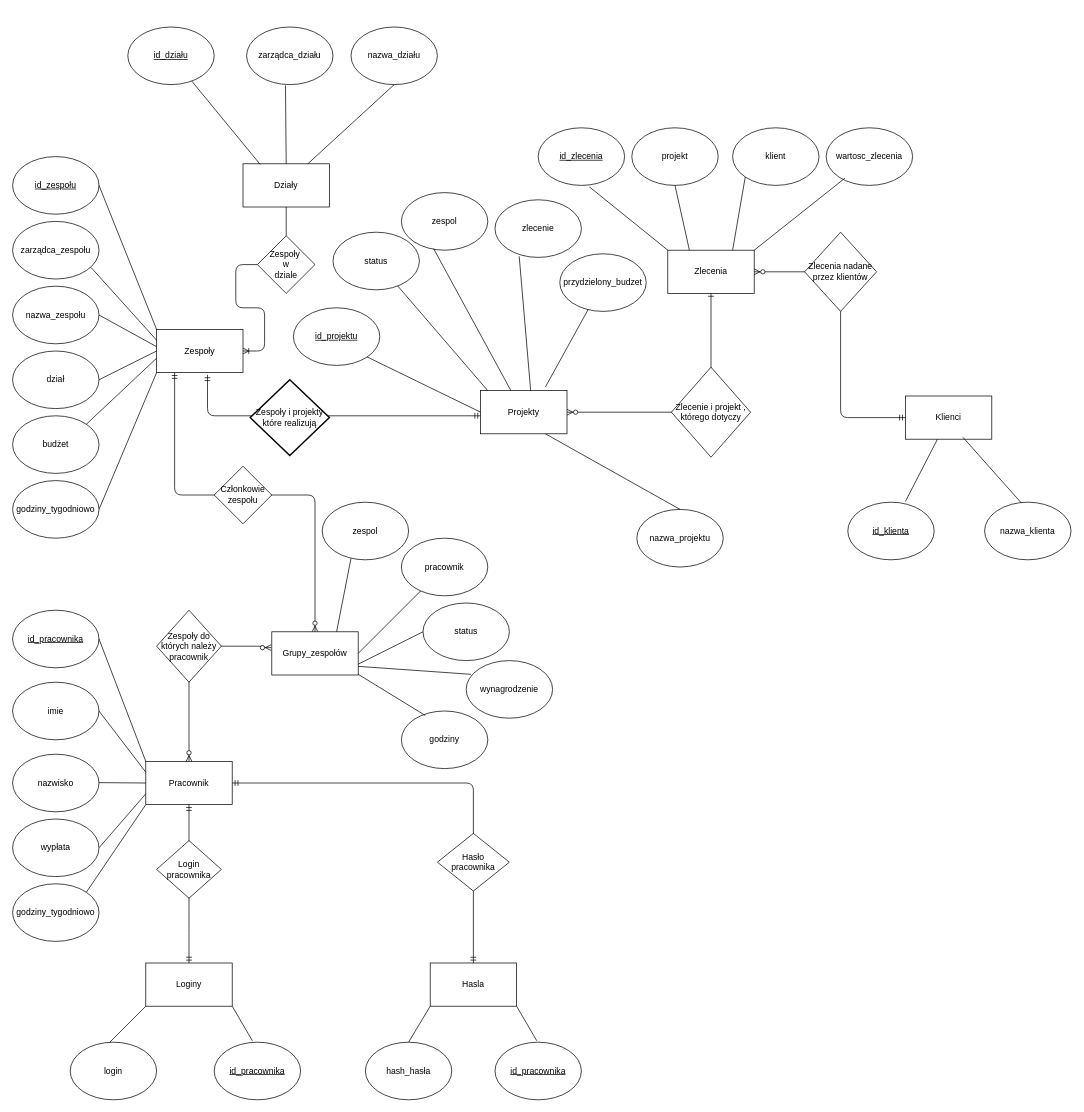
Earlier version of the draw.io diagram ER_diagram.drawio (Cebulllaaa/Bazy). Source tidied: cells renumbered, new cells numbered last; positions are measured from the earlier drawing's top-left corner, leaving out a move shared by most shapes. Both pictures are drawn from the tidied source at 72%, with x=0, y=0 at pixel (12, 27).
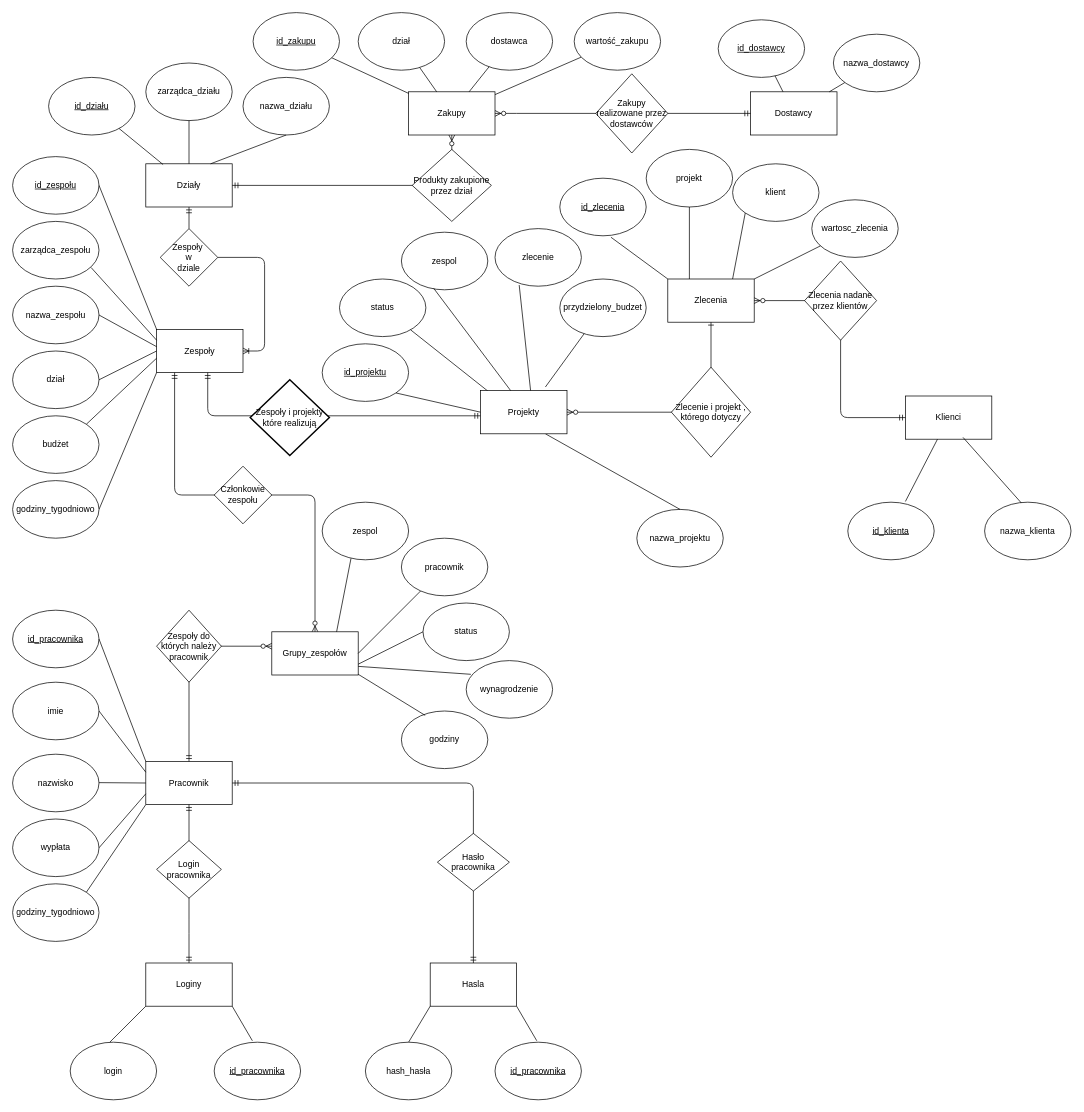
After the change.

Commit message (it also covers changes not shown here):
Dodałem dostawców, funkcje i krotości do diagramów.

Dodałem tabele dostawców do działów, funkcje to tabel i krotności do
asocjacji w phisical_data_model

The change refers to these unchanged cells:
```xml
<mxCell id="9" value="Zespoły" style="rounded=0;whiteSpace=wrap;html=1;" parent="1" vertex="1">
  <mxGeometry x="200" y="420" width="120" height="60" as="geometry" />
</mxCell>
<mxCell id="46" value="Klienci" style="rounded=0;whiteSpace=wrap;html=1;" parent="1" vertex="1">
  <mxGeometry x="1240" y="512.5" width="120" height="60" as="geometry" />
</mxCell>
<mxCell id="53" value="Projekty" style="rounded=0;whiteSpace=wrap;html=1;" parent="1" vertex="1">
  <mxGeometry x="650" y="505" width="120" height="60" as="geometry" />
</mxCell>
<mxCell id="56" value="Grupy_zespołów" style="rounded=0;whiteSpace=wrap;html=1;" parent="1" vertex="1">
  <mxGeometry x="360" y="840" width="120" height="60" as="geometry" />
</mxCell>
<mxCell id="63" value="Pracownik" style="rounded=0;whiteSpace=wrap;html=1;" parent="1" vertex="1">
  <mxGeometry x="185" y="1020" width="120" height="60" as="geometry" />
</mxCell>
```

What changed in the source:
```diff
@@
     <mxCell id="2" value="Działy" style="rounded=0;whiteSpace=wrap;html=1;" parent="1" vertex="1">
-      <mxGeometry x="320" y="190" width="120" height="60" as="geometry" />
+      <mxGeometry x="185" y="190" width="120" height="60" as="geometry" />
     </mxCell>
     <mxCell id="3" value="&lt;u&gt;id_działu&lt;/u&gt;" style="ellipse;whiteSpace=wrap;html=1;" parent="1" vertex="1">
-      <mxGeometry x="160" width="120" height="80" as="geometry" />
+      <mxGeometry x="50" y="70" width="120" height="80" as="geometry" />
     </mxCell>
@@
     <mxCell id="5" value="zarządca_działu" style="ellipse;whiteSpace=wrap;html=1;" parent="1" vertex="1">
-      <mxGeometry x="325" width="120" height="80" as="geometry" />
+      <mxGeometry x="185" y="50" width="120" height="80" as="geometry" />
     </mxCell>
     <mxCell id="6" value="nazwa_działu" style="ellipse;whiteSpace=wrap;html=1;" parent="1" vertex="1">
-      <mxGeometry x="470" width="120" height="80" as="geometry" />
+      <mxGeometry x="320" y="70" width="120" height="80" as="geometry" />
     </mxCell>
-    <mxCell id="7" style="endArrow=none;html=1;exitX=0.5;exitY=0;exitDx=0;exitDy=0;entryX=0.45;entryY=1.013;entryDx=0;entryDy=0;entryPerimeter=0;" parent="1" edge="1" source="2" target="5">
+    <mxCell id="7" style="endArrow=none;html=1;exitX=0.5;exitY=0;exitDx=0;exitDy=0;" parent="1" edge="1" source="2" target="5">
       <mxGeometry relative="1" as="geometry" />
     </mxCell>
@@
     <mxCell id="10" value="Zespoły&amp;nbsp;&lt;br&gt;w&lt;br&gt;dziale" style="rhombus;whiteSpace=wrap;html=1;" parent="1" vertex="1">
-      <mxGeometry x="340" y="290" width="80" height="80" as="geometry" />
+      <mxGeometry x="205" y="280" width="80" height="80" as="geometry" />
     </mxCell>
-    <mxCell id="11" style="endArrow=none;html=1;exitX=0.5;exitY=0;exitDx=0;exitDy=0;" parent="1" edge="1" source="10">
-      <mxGeometry relative="1" as="geometry">
-        <mxPoint x="380" y="250" as="targetPoint" />
-      </mxGeometry>
+    <mxCell id="11" style="endArrow=ERmandOne;html=1;exitX=0.5;exitY=0;exitDx=0;exitDy=0;endFill=0;" parent="1" edge="1" source="10" target="2">
+      <mxGeometry relative="1" as="geometry" />
     </mxCell>
-    <mxCell id="12" style="edgeStyle=entityRelationEdgeStyle;fontSize=12;html=1;endArrow=ERoneToMany;entryX=1;entryY=0.5;entryDx=0;entryDy=0;" parent="1" edge="1" source="10" target="9">
+    <mxCell id="12" style="edgeStyle=entityRelationEdgeStyle;fontSize=12;html=1;endArrow=ERoneToMany;" parent="1" edge="1" source="10" target="9">
       <mxGeometry relative="1" as="geometry" />
     </mxCell>
@@
     <mxCell id="23" value="&lt;u&gt;id_projektu&lt;/u&gt;" style="ellipse;whiteSpace=wrap;html=1;" parent="1" vertex="1">
-      <mxGeometry x="390" y="390" width="120" height="80" as="geometry" />
+      <mxGeometry x="430" y="440" width="120" height="80" as="geometry" />
     </mxCell>
@@
     <mxCell id="27" value="zlecenie" style="ellipse;whiteSpace=wrap;html=1;" parent="1" vertex="1">
-      <mxGeometry x="670" y="240" width="120" height="80" as="geometry" />
+      <mxGeometry x="670" y="280" width="120" height="80" as="geometry" />
     </mxCell>
-    <mxCell id="28" style="edgeStyle=orthogonalEdgeStyle;fontSize=12;html=1;endArrow=ERmandOne;startArrow=ERmandOne;entryX=0.589;entryY=1.052;entryDx=0;entryDy=0;entryPerimeter=0;endFill=0;" parent="1" edge="1" source="53" target="9">
+    <mxCell id="28" style="edgeStyle=orthogonalEdgeStyle;fontSize=12;html=1;endArrow=ERmandOne;startArrow=ERmandOne;endFill=0;" parent="1" edge="1" source="53" target="9">
       <mxGeometry relative="1" as="geometry">
         <Array as="points">
           <mxPoint x="271" y="540" />
         </Array>
       </mxGeometry>
     </mxCell>
@@
     <mxCell id="30" value="zespol" style="ellipse;whiteSpace=wrap;html=1;" parent="1" vertex="1">
-      <mxGeometry x="540" y="230" width="120" height="80" as="geometry" />
+      <mxGeometry x="540" y="285" width="120" height="80" as="geometry" />
     </mxCell>
@@
     <mxCell id="33" value="Zlecenia" style="rounded=0;whiteSpace=wrap;html=1;" parent="1" vertex="1">
-      <mxGeometry x="910" y="310" width="120" height="60" as="geometry" />
+      <mxGeometry x="910" y="350" width="120" height="60" as="geometry" />
     </mxCell>
     <mxCell id="34" value="status" style="ellipse;whiteSpace=wrap;html=1;" parent="1" vertex="1">
-      <mxGeometry x="445" y="285" width="120" height="80" as="geometry" />
+      <mxGeometry x="454" y="350" width="120" height="80" as="geometry" />
     </mxCell>
@@
-    <mxCell id="36" style="edgeStyle=orthogonalEdgeStyle;fontSize=12;html=1;endArrow=ERone;endFill=1;exitX=1;exitY=0.5;exitDx=0;exitDy=0;startArrow=ERzeroToMany;startFill=1;" parent="1" edge="1" source="53">
+    <mxCell id="36" style="edgeStyle=orthogonalEdgeStyle;fontSize=12;html=1;endArrow=ERone;endFill=1;exitX=1;exitY=0.5;exitDx=0;exitDy=0;startArrow=ERzeroToMany;startFill=1;" parent="1" edge="1" source="53" target="33">
       <mxGeometry relative="1" as="geometry">
-        <mxPoint x="970" y="370" as="targetPoint" />
         <Array as="points">
           <mxPoint x="970" y="535" />
         </Array>
       </mxGeometry>
     </mxCell>
@@
     <mxCell id="38" value="&lt;u&gt;id_zlecenia&lt;/u&gt;" style="ellipse;whiteSpace=wrap;html=1;" parent="1" vertex="1">
-      <mxGeometry x="730" y="140" width="120" height="80" as="geometry" />
+      <mxGeometry x="760" y="210" width="120" height="80" as="geometry" />
     </mxCell>
@@
     <mxCell id="40" value="projekt" style="ellipse;whiteSpace=wrap;html=1;" parent="1" vertex="1">
-      <mxGeometry x="860" y="140" width="120" height="80" as="geometry" />
+      <mxGeometry x="880" y="170" width="120" height="80" as="geometry" />
     </mxCell>
     <mxCell id="41" value="klient" style="ellipse;whiteSpace=wrap;html=1;" parent="1" vertex="1">
-      <mxGeometry x="1000" y="140" width="120" height="80" as="geometry" />
+      <mxGeometry x="1000" y="190" width="120" height="80" as="geometry" />
     </mxCell>
     <mxCell id="42" value="wartosc_zlecenia" style="ellipse;whiteSpace=wrap;html=1;" parent="1" vertex="1">
-      <mxGeometry x="1130" y="140" width="120" height="80" as="geometry" />
+      <mxGeometry x="1110" y="240" width="120" height="80" as="geometry" />
     </mxCell>
@@
-    <mxCell id="45" style="endArrow=none;html=1;exitX=1;exitY=0;exitDx=0;exitDy=0;" parent="1" edge="1" source="33">
-      <mxGeometry relative="1" as="geometry">
-        <mxPoint x="1156" y="210" as="targetPoint" />
-      </mxGeometry>
+    <mxCell id="45" style="endArrow=none;html=1;exitX=1;exitY=0;exitDx=0;exitDy=0;" parent="1" edge="1" source="33" target="42">
+      <mxGeometry relative="1" as="geometry" />
     </mxCell>
@@
     <mxCell id="47" style="edgeStyle=orthogonalEdgeStyle;fontSize=12;html=1;endArrow=ERzeroToMany;startArrow=ERmandOne;exitX=0;exitY=0.5;exitDx=0;exitDy=0;entryX=1;entryY=0.5;entryDx=0;entryDy=0;" parent="1" edge="1" source="46" target="33">
       <mxGeometry relative="1" as="geometry">
         <Array as="points">
           <mxPoint x="1150" y="543" />
-          <mxPoint x="1150" y="340" />
+          <mxPoint x="1150" y="380" />
         </Array>
       </mxGeometry>
     </mxCell>
     <mxCell id="48" value="Zlecenia nadane przez klientów" style="rhombus;whiteSpace=wrap;html=1;rounded=0;" parent="1" vertex="1">
-      <mxGeometry x="1100" y="285" width="100" height="110" as="geometry" />
+      <mxGeometry x="1100" y="325" width="100" height="110" as="geometry" />
     </mxCell>
@@
-    <mxCell id="64" style="edgeStyle=orthogonalEdgeStyle;fontSize=12;html=1;endArrow=ERzeroToMany;endFill=1;startArrow=ERzeroToMany;exitX=0.5;exitY=0;exitDx=0;exitDy=0;entryX=-0.008;entryY=0.367;entryDx=0;entryDy=0;entryPerimeter=0;" parent="1" edge="1" source="63" target="56">
+    <mxCell id="64" style="edgeStyle=orthogonalEdgeStyle;fontSize=12;html=1;endArrow=ERzeroToMany;endFill=1;startArrow=ERmandOne;exitX=0.5;exitY=0;exitDx=0;exitDy=0;startFill=0;" parent="1" edge="1" source="63" target="56">
       <mxGeometry relative="1" as="geometry">
         <Array as="points">
           <mxPoint x="245" y="860" />
-          <mxPoint x="350" y="860" />
-          <mxPoint x="350" y="862" />
         </Array>
       </mxGeometry>
     </mxCell>
@@
     <mxCell id="96" value="przydzielony_budzet" style="ellipse;whiteSpace=wrap;html=1;" parent="1" vertex="1">
-      <mxGeometry x="760" y="315" width="120" height="80" as="geometry" />
+      <mxGeometry x="760" y="350" width="120" height="80" as="geometry" />
     </mxCell>
@@
+    <mxCell id="98" value="Zakupy" style="rounded=0;whiteSpace=wrap;html=1;" parent="1" vertex="1">
+      <mxGeometry x="550" y="90" width="120" height="60" as="geometry" />
+    </mxCell>
+    <mxCell id="99" style="edgeStyle=orthogonalEdgeStyle;fontSize=12;html=1;endArrow=ERzeroToMany;endFill=1;startArrow=ERmandOne;startFill=0;" parent="1" edge="1" source="2" target="98">
+      <mxGeometry relative="1" as="geometry">
+        <Array as="points">
+          <mxPoint x="610" y="220" />
+        </Array>
+      </mxGeometry>
+    </mxCell>
+    <mxCell id="100" value="&lt;div&gt;Produkty zakupione&lt;/div&gt;&lt;div&gt;przez dział&lt;br&gt;&lt;/div&gt;" style="rhombus;whiteSpace=wrap;html=1;rounded=0;" parent="1" vertex="1">
+      <mxGeometry x="555" y="170" width="110" height="100" as="geometry" />
+    </mxCell>
+    <mxCell id="101" value="Dostawcy" style="rounded=0;whiteSpace=wrap;html=1;" parent="1" vertex="1">
+      <mxGeometry x="1025" y="90" width="120" height="60" as="geometry" />
+    </mxCell>
+    <mxCell id="102" value="&lt;u&gt;id_dostawcy&lt;/u&gt;" style="ellipse;whiteSpace=wrap;html=1;" parent="1" vertex="1">
+      <mxGeometry x="980" y="-10" width="120" height="80" as="geometry" />
+    </mxCell>
+    <mxCell id="103" value="nazwa_dostawcy" style="ellipse;whiteSpace=wrap;html=1;" parent="1" vertex="1">
+      <mxGeometry x="1140" y="10" width="120" height="80" as="geometry" />
+    </mxCell>
+    <mxCell id="104" style="endArrow=none;html=1;" parent="1" edge="1" source="102" target="101">
+      <mxGeometry relative="1" as="geometry" />
+    </mxCell>
+    <mxCell id="105" style="endArrow=none;html=1;" parent="1" edge="1" source="103" target="101">
+      <mxGeometry relative="1" as="geometry" />
+    </mxCell>
+    <mxCell id="106" style="edgeStyle=orthogonalEdgeStyle;fontSize=12;html=1;endArrow=ERzeroToMany;startArrow=ERmandOne;" parent="1" edge="1" source="101" target="98">
+      <mxGeometry relative="1" as="geometry">
+        <Array as="points">
+          <mxPoint x="710" y="120" />
+          <mxPoint x="710" y="120" />
+        </Array>
+      </mxGeometry>
+    </mxCell>
+    <mxCell id="107" value="&lt;div&gt;Zakupy realizowane przez dostawców&lt;br&gt;&lt;/div&gt;" style="rhombus;whiteSpace=wrap;html=1;rounded=0;" parent="1" vertex="1">
+      <mxGeometry x="810" y="65" width="100" height="110" as="geometry" />
+    </mxCell>
+    <mxCell id="108" value="&lt;u&gt;id_zakupu&lt;/u&gt;" style="ellipse;whiteSpace=wrap;html=1;" parent="1" vertex="1">
+      <mxGeometry x="334" y="-20" width="120" height="80" as="geometry" />
+    </mxCell>
+    <mxCell id="109" value="dział" style="ellipse;whiteSpace=wrap;html=1;" parent="1" vertex="1">
+      <mxGeometry x="480" y="-20" width="120" height="80" as="geometry" />
+    </mxCell>
+    <mxCell id="110" value="dostawca" style="ellipse;whiteSpace=wrap;html=1;" parent="1" vertex="1">
+      <mxGeometry x="630" y="-20" width="120" height="80" as="geometry" />
+    </mxCell>
+    <mxCell id="111" style="endArrow=none;html=1;" parent="1" edge="1" source="98" target="115">
+      <mxGeometry relative="1" as="geometry" />
+    </mxCell>
+    <mxCell id="112" style="endArrow=none;html=1;" parent="1" edge="1" source="110" target="98">
+      <mxGeometry relative="1" as="geometry" />
+    </mxCell>
+    <mxCell id="113" style="endArrow=none;html=1;" parent="1" edge="1" source="109" target="98">
+      <mxGeometry relative="1" as="geometry" />
+    </mxCell>
+    <mxCell id="114" style="endArrow=none;html=1;" parent="1" edge="1" source="108" target="98">
+      <mxGeometry relative="1" as="geometry" />
+    </mxCell>
+    <mxCell id="115" value="wartość_zakupu" style="ellipse;whiteSpace=wrap;html=1;" parent="1" vertex="1">
+      <mxGeometry x="780" y="-20" width="120" height="80" as="geometry" />
+    </mxCell>
```
